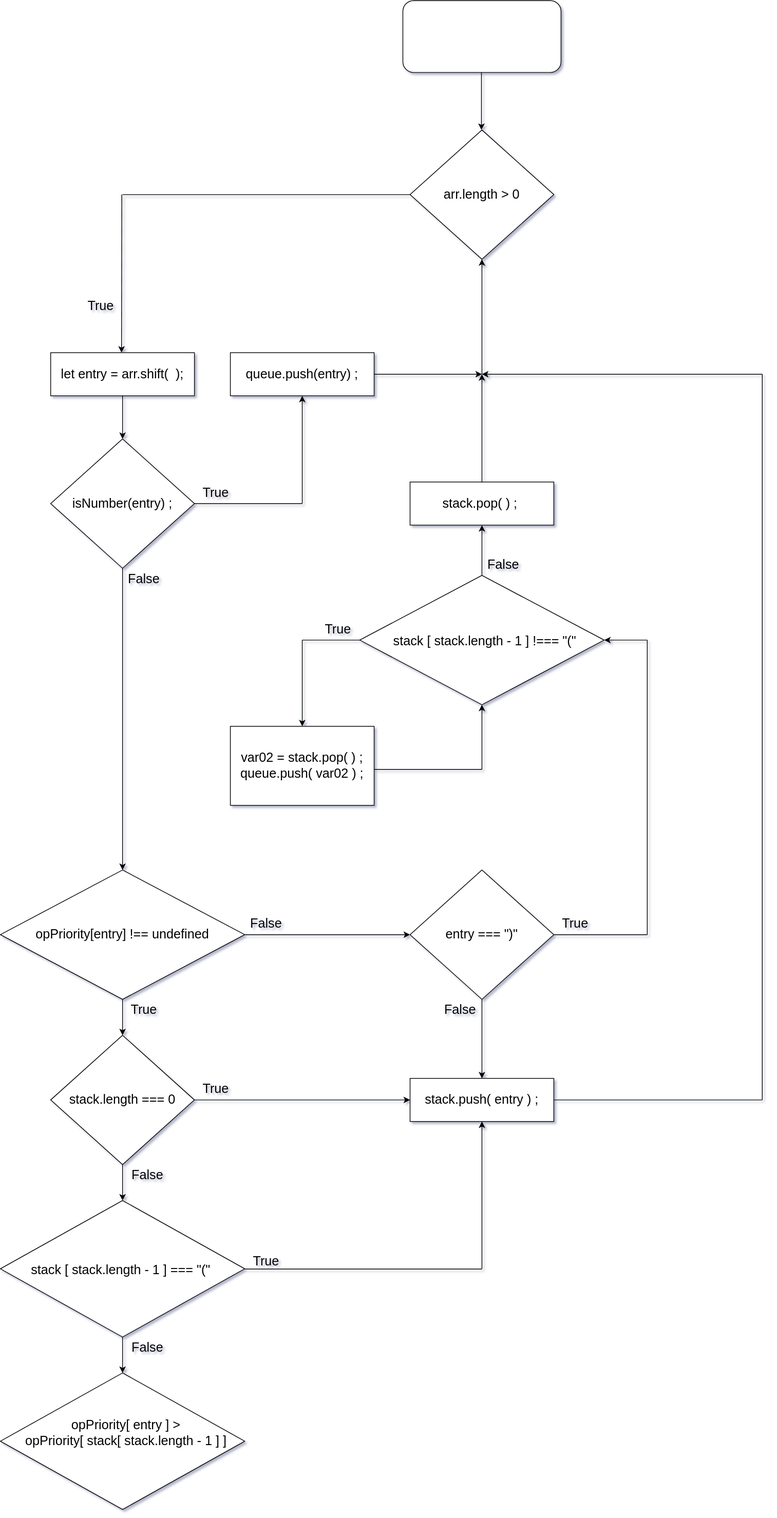
jcgm3205/jcgm3205 keeps this draw.io diagram as Untitled Diagram.drawio.svg. Above is the earlier version. Source tidied: cells renumbered, new cells last; positions are measured from the earlier drawing's top-left corner, leaving out a move shared by most shapes.
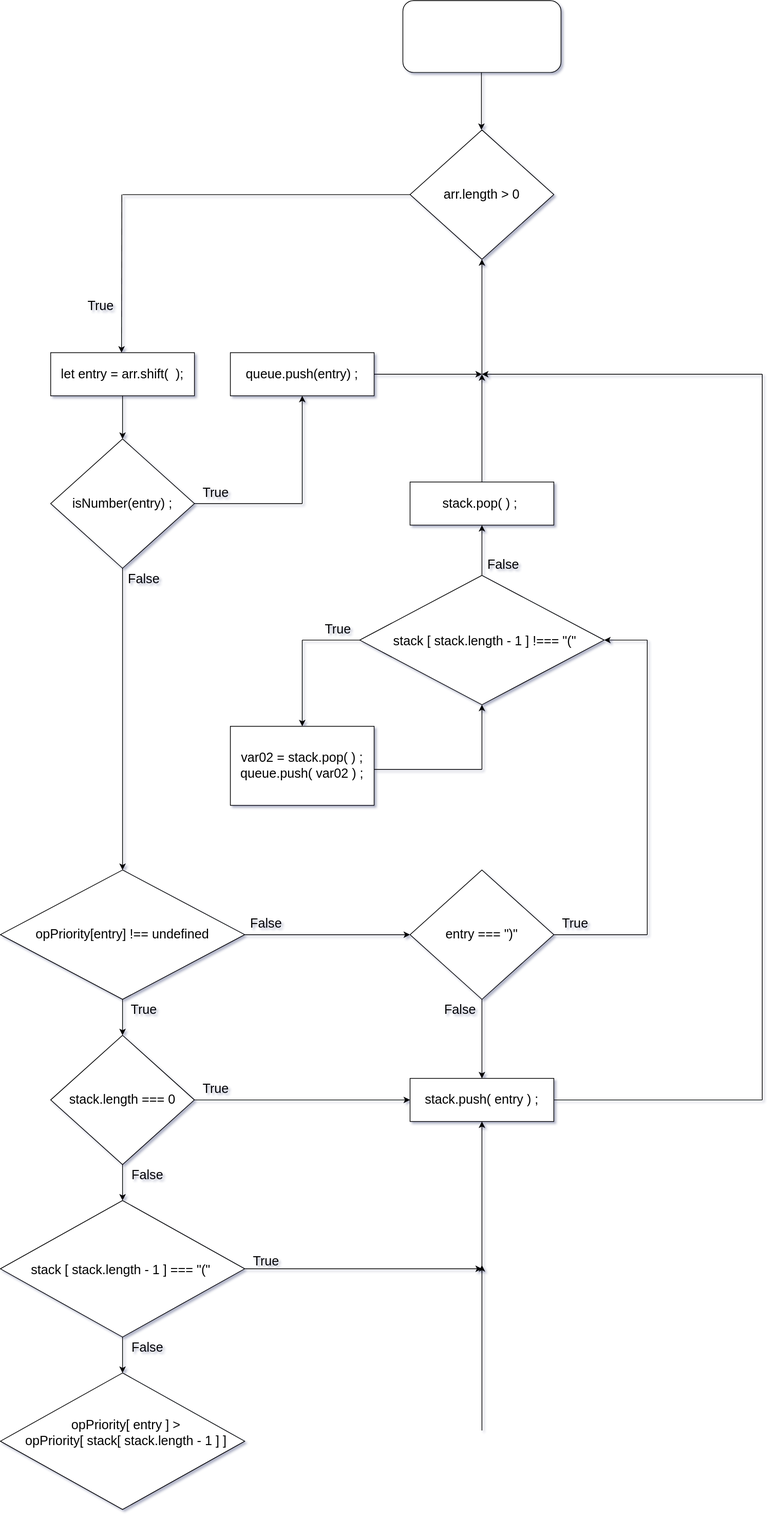
The same diagram one commit later.

What changed in the source:
```diff
@@ -247,16 +247,10 @@
     </mxCell>
     <mxCell id="63" style="endArrow=classic;html=1;rounded=0;fontSize=18;" parent="1" edge="1">
       <mxGeometry relative="1" as="geometry">
-        <mxPoint x="670" y="1765" as="sourcePoint" />
+        <mxPoint x="670" y="1770" as="sourcePoint" />
         <mxPoint x="670" y="1560" as="targetPoint" />
       </mxGeometry>
     </mxCell>
-    <mxCell id="64" style="endArrow=none;html=1;rounded=0;fontSize=18;" parent="1" edge="1">
-      <mxGeometry relative="1" as="geometry">
-        <mxPoint x="340" y="1765.3" as="sourcePoint" />
-        <mxPoint x="670" y="1765.3" as="targetPoint" />
-      </mxGeometry>
-    </mxCell>
     <mxCell id="65" value="True" style="text;html=1;strokeColor=none;fillColor=none;align=center;verticalAlign=middle;whiteSpace=wrap;rounded=0;fontSize=18;" parent="1" vertex="1">
       <mxGeometry x="340" y="1740" width="60" height="30" as="geometry" />
     </mxCell>
@@ -275,5 +269,17 @@
     <mxCell id="69" value="opPriority[ entry ] &amp;gt; &lt;br&gt;opPriority[ stack[ stack.length - 1 ] ]&lt;br&gt;&amp;nbsp;" style="text;html=1;strokeColor=none;fillColor=none;align=center;verticalAlign=middle;whiteSpace=wrap;rounded=0;fontSize=18;" parent="1" vertex="1">
       <mxGeometry x="30" y="1910" width="290" height="190" as="geometry" />
     </mxCell>
+    <mxCell id="70" style="endArrow=classic;html=1;rounded=0;fontSize=18;" parent="1" edge="1">
+      <mxGeometry relative="1" as="geometry">
+        <mxPoint x="670" y="1990" as="sourcePoint" />
+        <mxPoint x="670" y="1760" as="targetPoint" />
+      </mxGeometry>
+    </mxCell>
+    <mxCell id="71" style="endArrow=classic;html=1;rounded=0;fontSize=18;exitX=0;exitY=1;exitDx=0;exitDy=0;" parent="1" edge="1">
+      <mxGeometry relative="1" as="geometry">
+        <mxPoint x="340" y="1765" as="sourcePoint" />
+        <mxPoint x="670" y="1765" as="targetPoint" />
+      </mxGeometry>
+    </mxCell>
   </root>
 </mxGraphModel>
```
